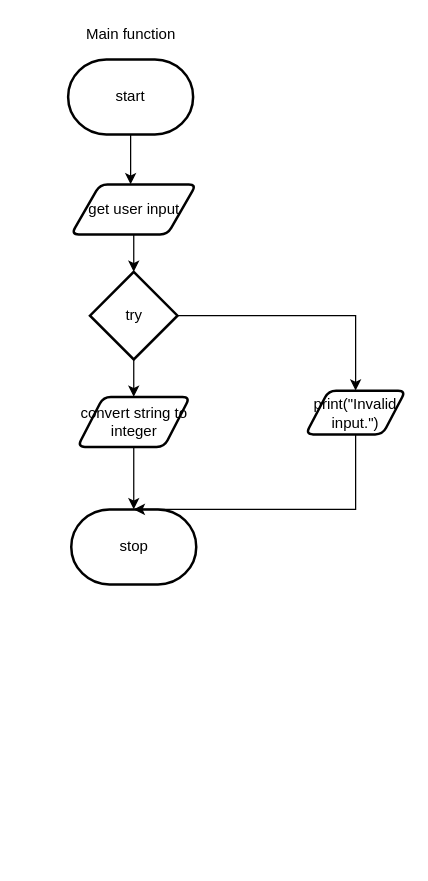
Above: design/function.drawio in zaida-hammmel2108/ICS3U-Assignment-6-Python (draw.io), before the change. Source tidied: cells renumbered, new cells numbered last; positions are measured from the earlier drawing's top-left corner, leaving out a move shared by most shapes. Both pictures are drawn from the tidied source at 125%, with x=0, y=0 at pixel (68, 21).
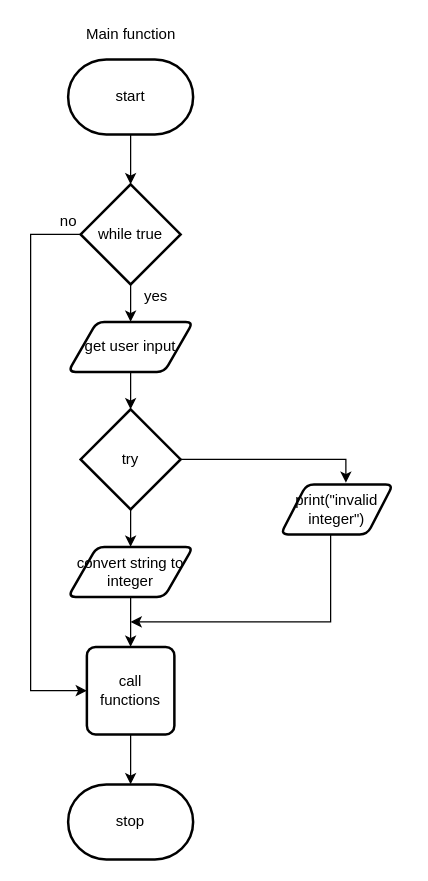
Above is the later version.

What changed in the source:
```diff
@@
     <mxCell id="5" value="stop" style="strokeWidth=2;html=1;shape=mxgraph.flowchart.terminator;whiteSpace=wrap;" parent="1" vertex="1">
-      <mxGeometry x="2.5" y="390" width="100" height="60" as="geometry" />
+      <mxGeometry y="610" width="100" height="60" as="geometry" />
     </mxCell>
@@
-    <mxCell id="7" style="edgeStyle=none;html=1;entryX=0.5;entryY=0;entryDx=0;entryDy=0;" parent="1" edge="1" source="8">
-      <mxGeometry relative="1" as="geometry">
-        <mxPoint x="52.5" y="200" as="targetPoint" />
-      </mxGeometry>
-    </mxCell>
+    <mxCell id="16" style="edgeStyle=none;html=1;" parent="1" edge="1" source="14" target="8">
+      <mxGeometry relative="1" as="geometry" />
+    </mxCell>
+    <mxCell id="17" style="edgeStyle=orthogonalEdgeStyle;rounded=0;html=1;entryX=0;entryY=0.5;entryDx=0;entryDy=0;" parent="1" edge="1" source="14" target="25">
+      <mxGeometry relative="1" as="geometry">
+        <Array as="points">
+          <mxPoint x="-30" y="170" />
+          <mxPoint x="-30" y="535" />
+        </Array>
+      </mxGeometry>
+    </mxCell>
+    <mxCell id="14" value="while true" style="strokeWidth=2;html=1;shape=mxgraph.flowchart.decision;whiteSpace=wrap;" parent="1" vertex="1">
+      <mxGeometry x="10" y="130" width="80" height="80" as="geometry" />
+    </mxCell>
+    <mxCell id="18" style="edgeStyle=none;html=1;" parent="1" edge="1" source="8" target="11">
+      <mxGeometry relative="1" as="geometry" />
+    </mxCell>
     <mxCell id="8" value="get user input" style="shape=parallelogram;html=1;strokeWidth=2;perimeter=parallelogramPerimeter;whiteSpace=wrap;rounded=1;arcSize=12;size=0.23;" parent="1" vertex="1">
-      <mxGeometry x="2.5" y="130" width="100" height="40" as="geometry" />
+      <mxGeometry y="240" width="100" height="40" as="geometry" />
     </mxCell>
+    <mxCell id="19" value="yes" style="text;html=1;align=center;verticalAlign=middle;strokeColor=none;fillColor=none;" parent="1" vertex="1">
+      <mxGeometry x="55" y="210" width="30" height="20" as="geometry" />
+    </mxCell>
@@
-    <mxCell id="10" style="edgeStyle=orthogonalEdgeStyle;html=1;entryX=0.5;entryY=0;entryDx=0;entryDy=0;targetPerimeterSpacing=-1;rounded=0;" parent="1" edge="1" source="11" target="15">
-      <mxGeometry relative="1" as="geometry" />
-    </mxCell>
+    <mxCell id="20" style="edgeStyle=orthogonalEdgeStyle;html=1;entryX=0.58;entryY=-0.034;entryDx=0;entryDy=0;entryPerimeter=0;rounded=0;" parent="1" edge="1" source="11" target="23">
+      <mxGeometry relative="1" as="geometry">
+        <Array as="points">
+          <mxPoint x="222" y="350" />
+        </Array>
+      </mxGeometry>
+    </mxCell>
     <mxCell id="11" value="try" style="strokeWidth=2;html=1;shape=mxgraph.flowchart.decision;whiteSpace=wrap;" parent="1" vertex="1">
-      <mxGeometry x="17.5" y="200" width="70" height="70" as="geometry" />
+      <mxGeometry x="10" y="310" width="80" height="80" as="geometry" />
     </mxCell>
-    <mxCell id="12" style="edgeStyle=orthogonalEdgeStyle;rounded=0;html=1;entryX=0.5;entryY=0;entryDx=0;entryDy=0;entryPerimeter=0;targetPerimeterSpacing=-1;" parent="1" edge="1" source="13" target="5">
-      <mxGeometry relative="1" as="geometry" />
-    </mxCell>
+    <mxCell id="21" style="edgeStyle=orthogonalEdgeStyle;rounded=0;html=1;" parent="1" edge="1" source="13" target="25">
+      <mxGeometry relative="1" as="geometry" />
+    </mxCell>
     <mxCell id="13" value="convert string to integer" style="shape=parallelogram;html=1;strokeWidth=2;perimeter=parallelogramPerimeter;whiteSpace=wrap;rounded=1;arcSize=12;size=0.23;" parent="1" vertex="1">
-      <mxGeometry x="7.5" y="300" width="90" height="40" as="geometry" />
+      <mxGeometry y="420" width="100" height="40" as="geometry" />
     </mxCell>
-    <mxCell id="14" style="edgeStyle=orthogonalEdgeStyle;rounded=0;html=1;targetPerimeterSpacing=-1;entryX=0.5;entryY=0;entryDx=0;entryDy=0;entryPerimeter=0;" parent="1" edge="1" source="15" target="5">
-      <mxGeometry relative="1" as="geometry">
-        <Array as="points">
-          <mxPoint x="230" y="390" />
-        </Array>
-      </mxGeometry>
-    </mxCell>
-    <mxCell id="15" value="print(&quot;Invalid input.&quot;)" style="shape=parallelogram;html=1;strokeWidth=2;perimeter=parallelogramPerimeter;whiteSpace=wrap;rounded=1;arcSize=12;size=0.23;" parent="1" vertex="1">
-      <mxGeometry x="190" y="295" width="80" height="35" as="geometry" />
-    </mxCell>
+    <mxCell id="22" style="edgeStyle=orthogonalEdgeStyle;rounded=0;html=1;" parent="1" edge="1" source="23">
+      <mxGeometry relative="1" as="geometry">
+        <mxPoint x="50" y="480" as="targetPoint" />
+        <Array as="points">
+          <mxPoint x="210" y="480" />
+        </Array>
+      </mxGeometry>
+    </mxCell>
+    <mxCell id="23" value="print(&quot;invalid integer&quot;)" style="shape=parallelogram;html=1;strokeWidth=2;perimeter=parallelogramPerimeter;whiteSpace=wrap;rounded=1;arcSize=12;size=0.23;" parent="1" vertex="1">
+      <mxGeometry x="170" y="370" width="90" height="40" as="geometry" />
+    </mxCell>
+    <mxCell id="24" style="edgeStyle=orthogonalEdgeStyle;rounded=0;html=1;entryX=0.5;entryY=0;entryDx=0;entryDy=0;entryPerimeter=0;" parent="1" edge="1" source="25" target="5">
+      <mxGeometry relative="1" as="geometry" />
+    </mxCell>
+    <mxCell id="25" value="call functions" style="rounded=1;whiteSpace=wrap;html=1;absoluteArcSize=1;arcSize=14;strokeWidth=2;" parent="1" vertex="1">
+      <mxGeometry x="15" y="500" width="70" height="70" as="geometry" />
+    </mxCell>
+    <mxCell id="26" value="no" style="text;html=1;align=center;verticalAlign=middle;strokeColor=none;fillColor=none;" parent="1" vertex="1">
+      <mxGeometry x="-15" y="150" width="30" height="20" as="geometry" />
+    </mxCell>
```
